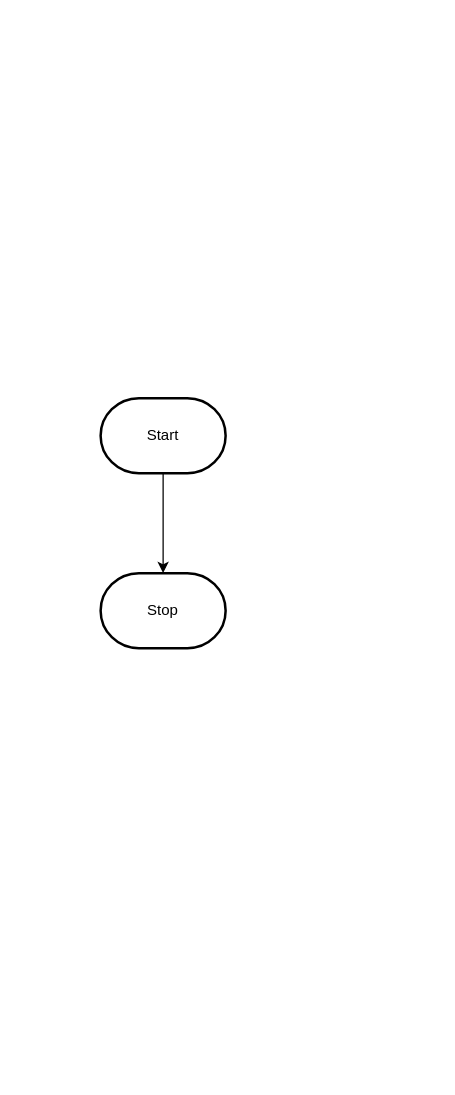
The draw.io diagram design/flowchart.drawio in MTHS-ICD2O-1-2023/ICD2O-Unit-6-04-tymofii-stepanov, before the edit. Source tidied: cells renumbered, new cells numbered last; positions are measured from the earlier drawing's top-left corner, leaving out a move shared by most shapes. Both pictures are drawn from the tidied source at 125%, with x=0, y=0 at pixel (100, 398).
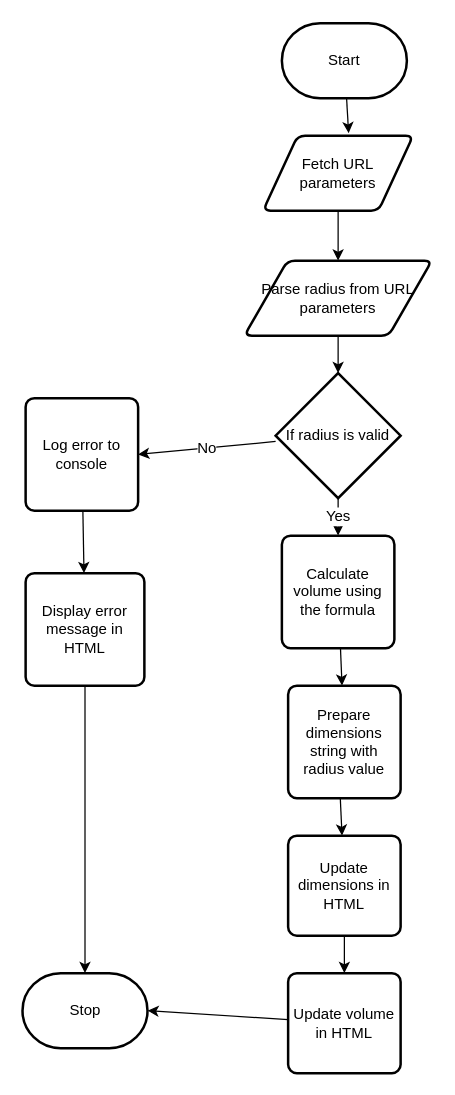
After the change.

What changed in the source:
```diff
@@
-    <mxCell id="2" style="edgeStyle=orthogonalEdgeStyle;html=1;rounded=0;" parent="1" edge="1" source="3" target="4">
-      <mxGeometry relative="1" as="geometry" />
-    </mxCell>
+    <mxCell id="5" style="edgeStyle=none;html=1;entryX=0.57;entryY=-0.033;entryDx=0;entryDy=0;entryPerimeter=0;" parent="1" edge="1" source="3" target="2">
+      <mxGeometry relative="1" as="geometry" />
+    </mxCell>
     <mxCell id="3" value="Start" style="strokeWidth=2;html=1;shape=mxgraph.flowchart.terminator;whiteSpace=wrap;" parent="1" vertex="1">
-      <mxGeometry width="100" height="60" as="geometry" />
+      <mxGeometry x="145" y="-300" width="100" height="60" as="geometry" />
     </mxCell>
     <mxCell id="4" value="Stop" style="strokeWidth=2;html=1;shape=mxgraph.flowchart.terminator;whiteSpace=wrap;" parent="1" vertex="1">
-      <mxGeometry y="140" width="100" height="60" as="geometry" />
+      <mxGeometry x="-62.5" y="460" width="100" height="60" as="geometry" />
     </mxCell>
+    <mxCell id="6" style="edgeStyle=none;html=1;" parent="1" edge="1" source="2" target="8">
+      <mxGeometry relative="1" as="geometry" />
+    </mxCell>
+    <mxCell id="2" value="Fetch URL parameters" style="shape=parallelogram;html=1;strokeWidth=2;perimeter=parallelogramPerimeter;whiteSpace=wrap;rounded=1;arcSize=12;size=0.23;" parent="1" vertex="1">
+      <mxGeometry x="130" y="-210" width="120" height="60" as="geometry" />
+    </mxCell>
+    <mxCell id="7" style="edgeStyle=none;html=1;" parent="1" edge="1" source="8" target="11">
+      <mxGeometry relative="1" as="geometry" />
+    </mxCell>
+    <mxCell id="8" value="Parse radius from URL parameters" style="shape=parallelogram;html=1;strokeWidth=2;perimeter=parallelogramPerimeter;whiteSpace=wrap;rounded=1;arcSize=12;size=0.23;" parent="1" vertex="1">
+      <mxGeometry x="115" y="-110" width="150" height="60" as="geometry" />
+    </mxCell>
+    <mxCell id="9" value="Yes" style="edgeStyle=none;html=1;fontSize=12;" parent="1" edge="1" source="11" target="13">
+      <mxGeometry relative="1" as="geometry" />
+    </mxCell>
+    <mxCell id="10" value="No" style="edgeStyle=none;html=1;entryX=1;entryY=0.5;entryDx=0;entryDy=0;fontSize=12;" parent="1" edge="1" source="11" target="20">
+      <mxGeometry relative="1" as="geometry" />
+    </mxCell>
+    <mxCell id="11" value="If radius is valid" style="strokeWidth=2;html=1;shape=mxgraph.flowchart.decision;whiteSpace=wrap;" parent="1" vertex="1">
+      <mxGeometry x="140" y="-20" width="100" height="100" as="geometry" />
+    </mxCell>
+    <mxCell id="12" style="edgeStyle=none;html=1;fontSize=12;" parent="1" edge="1" source="13" target="23">
+      <mxGeometry relative="1" as="geometry" />
+    </mxCell>
+    <mxCell id="13" value="Calculate volume using the formula" style="rounded=1;whiteSpace=wrap;html=1;absoluteArcSize=1;arcSize=14;strokeWidth=2;" parent="1" vertex="1">
+      <mxGeometry x="145" y="110" width="90" height="90" as="geometry" />
+    </mxCell>
+    <mxCell id="14" style="edgeStyle=none;html=1;fontSize=12;" parent="1" edge="1" target="16">
+      <mxGeometry relative="1" as="geometry">
+        <mxPoint x="190.8" y="300" as="sourcePoint" />
+      </mxGeometry>
+    </mxCell>
+    <mxCell id="15" style="edgeStyle=none;html=1;fontSize=12;" parent="1" edge="1" source="16" target="18">
+      <mxGeometry relative="1" as="geometry" />
+    </mxCell>
+    <mxCell id="16" value="Update dimensions in HTML" style="rounded=1;whiteSpace=wrap;html=1;absoluteArcSize=1;arcSize=14;strokeWidth=2;labelBackgroundColor=none;fontSize=12;" parent="1" vertex="1">
+      <mxGeometry x="150" y="350" width="90" height="80" as="geometry" />
+    </mxCell>
+    <mxCell id="17" style="edgeStyle=none;html=1;entryX=1;entryY=0.5;entryDx=0;entryDy=0;entryPerimeter=0;fontSize=12;" parent="1" edge="1" source="18" target="4">
+      <mxGeometry relative="1" as="geometry" />
+    </mxCell>
+    <mxCell id="18" value="Update volume in HTML" style="rounded=1;whiteSpace=wrap;html=1;absoluteArcSize=1;arcSize=14;strokeWidth=2;labelBackgroundColor=none;fontSize=12;" parent="1" vertex="1">
+      <mxGeometry x="150" y="460" width="90" height="80" as="geometry" />
+    </mxCell>
+    <mxCell id="19" style="edgeStyle=none;html=1;fontSize=12;" parent="1" edge="1" source="20" target="22">
+      <mxGeometry relative="1" as="geometry" />
+    </mxCell>
+    <mxCell id="20" value="Log error to console" style="rounded=1;whiteSpace=wrap;html=1;absoluteArcSize=1;arcSize=14;strokeWidth=2;labelBackgroundColor=none;fontSize=12;" parent="1" vertex="1">
+      <mxGeometry x="-60" width="90" height="90" as="geometry" />
+    </mxCell>
+    <mxCell id="21" style="edgeStyle=none;html=1;fontSize=12;" parent="1" edge="1" source="22" target="4">
+      <mxGeometry relative="1" as="geometry" />
+    </mxCell>
+    <mxCell id="22" value="Display error message in HTML" style="rounded=1;whiteSpace=wrap;html=1;absoluteArcSize=1;arcSize=14;strokeWidth=2;labelBackgroundColor=none;fontSize=12;" parent="1" vertex="1">
+      <mxGeometry x="-60" y="140" width="95" height="90" as="geometry" />
+    </mxCell>
+    <mxCell id="23" value="&lt;span style=&quot;&quot;&gt;Prepare dimensions string with radius value&lt;/span&gt;" style="rounded=1;whiteSpace=wrap;html=1;absoluteArcSize=1;arcSize=14;strokeWidth=2;labelBackgroundColor=none;fontSize=12;" parent="1" vertex="1">
+      <mxGeometry x="150" y="230" width="90" height="90" as="geometry" />
+    </mxCell>
```
